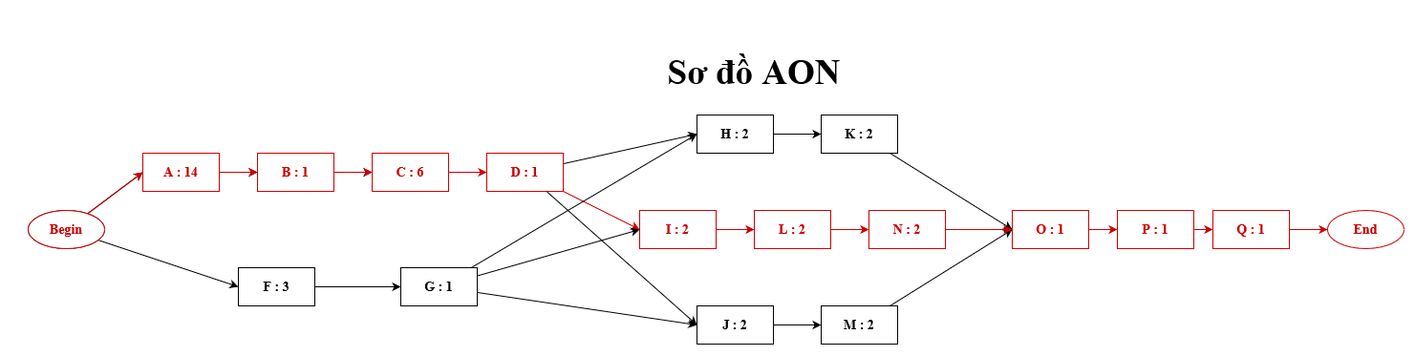
Above: Documents/Critical_Path.png in H2Q318/HQN-Team (draw.io), before the change. Source tidied: cells renumbered, new cells last; positions are measured from the earlier drawing's top-left corner, leaving out a move shared by most shapes.
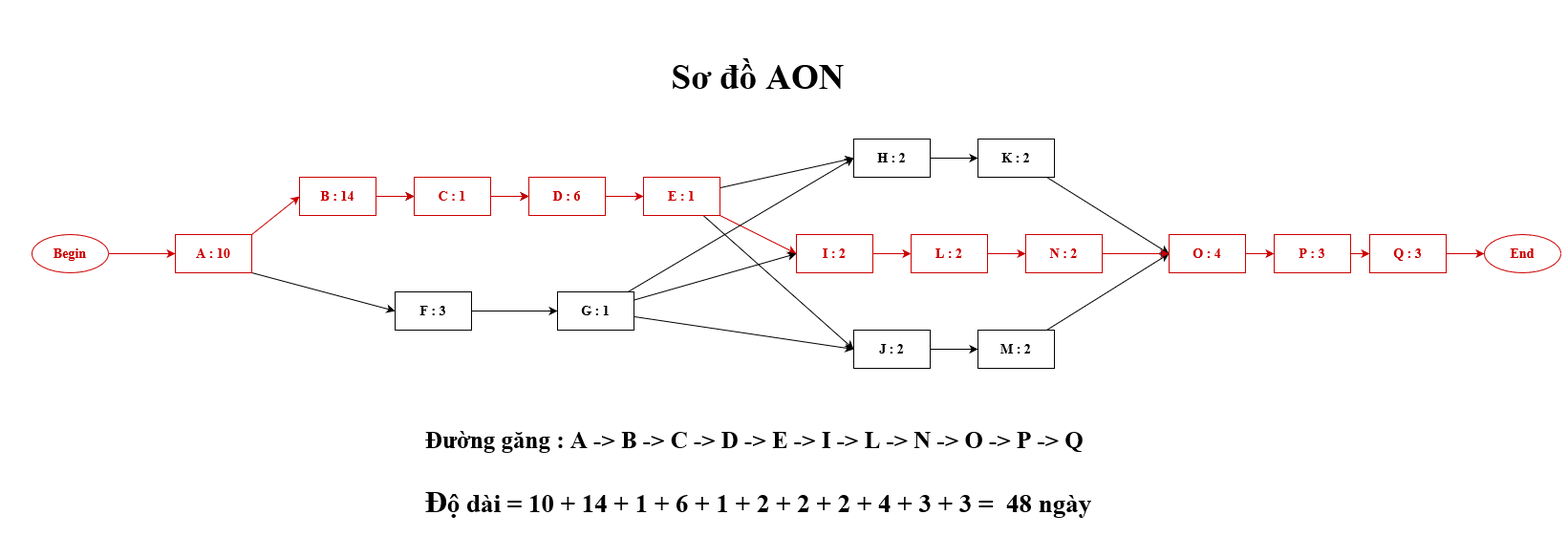
After the change.

The edit, as a diff of the source:
```diff
@@ -2,15 +2,12 @@
   <root>
     <mxCell id="0" />
     <mxCell id="1" parent="0" />
-    <mxCell id="2" style="rounded=0;jettySize=auto;html=1;entryX=0;entryY=0.5;entryDx=0;entryDy=0;fontFamily=Times New Roman;fontSize=14;" parent="1" edge="1" source="4" target="7">
+    <mxCell id="2" style="rounded=0;jettySize=auto;html=1;entryX=0;entryY=0.5;entryDx=0;entryDy=0;fontFamily=Times New Roman;fontSize=14;exitX=1;exitY=0;exitDx=0;exitDy=0;strokeColor=#CC0000;" parent="1" edge="1" source="50" target="7">
       <mxGeometry relative="1" as="geometry" />
     </mxCell>
-    <mxCell id="3" style="edgeStyle=none;rounded=0;jettySize=auto;html=1;entryX=0;entryY=0.5;entryDx=0;entryDy=0;fontFamily=Times New Roman;fontSize=14;" parent="1" edge="1" source="4" target="17">
+    <mxCell id="3" style="edgeStyle=none;rounded=0;jettySize=auto;html=1;entryX=0;entryY=0.5;entryDx=0;entryDy=0;fontFamily=Times New Roman;fontSize=14;exitX=1;exitY=1;exitDx=0;exitDy=0;" parent="1" edge="1" source="50" target="17">
       <mxGeometry relative="1" as="geometry" />
     </mxCell>
-    <mxCell id="4" value="Begin" style="ellipse;whiteSpace=wrap;html=1;fontFamily=Times New Roman;fontStyle=1;fontSize=14;" parent="1" vertex="1">
-      <mxGeometry y="170" width="80" height="40" as="geometry" />
-    </mxCell>
     <mxCell id="5" value="End" style="ellipse;whiteSpace=wrap;html=1;fontFamily=Times New Roman;fontStyle=1;fontSize=14;strokeColor=#CC0000;fontColor=#CC0000;" parent="1" vertex="1">
       <mxGeometry x="1360" y="170" width="80" height="40" as="geometry" />
     </mxCell>
@@ -67,7 +64,7 @@
     <mxCell id="22" style="edgeStyle=none;rounded=0;jettySize=auto;html=1;entryX=0;entryY=0.5;entryDx=0;entryDy=0;fontFamily=Times New Roman;fontSize=14;strokeColor=#CC0000;fontColor=#CC0000;" parent="1" edge="1" source="23" target="27">
       <mxGeometry relative="1" as="geometry" />
     </mxCell>
-    <mxCell id="23" value="O : 1" style="rounded=0;whiteSpace=wrap;html=1;fontFamily=Times New Roman;fontStyle=1;fontSize=14;strokeColor=#CC0000;fontColor=#CC0000;" parent="1" vertex="1">
+    <mxCell id="23" value="O : 4" style="rounded=0;whiteSpace=wrap;html=1;fontFamily=Times New Roman;fontStyle=1;fontSize=14;strokeColor=#CC0000;fontColor=#CC0000;" parent="1" vertex="1">
       <mxGeometry x="1030" y="170" width="80" height="40" as="geometry" />
     </mxCell>
     <mxCell id="24" style="edgeStyle=none;rounded=0;jettySize=auto;html=1;fontFamily=Times New Roman;fontSize=14;strokeColor=#CC0000;fontColor=#CC0000;" parent="1" edge="1" source="25">
@@ -81,7 +78,7 @@
     <mxCell id="26" style="edgeStyle=none;rounded=0;jettySize=auto;html=1;fontFamily=Times New Roman;fontSize=14;strokeColor=#CC0000;fontColor=#CC0000;" parent="1" edge="1" source="27" target="41">
       <mxGeometry relative="1" as="geometry" />
     </mxCell>
-    <mxCell id="27" value="P : 1" style="rounded=0;whiteSpace=wrap;html=1;fontFamily=Times New Roman;fontStyle=1;fontSize=14;strokeColor=#CC0000;fontColor=#CC0000;" parent="1" vertex="1">
+    <mxCell id="27" value="P : 3" style="rounded=0;whiteSpace=wrap;html=1;fontFamily=Times New Roman;fontStyle=1;fontSize=14;strokeColor=#CC0000;fontColor=#CC0000;" parent="1" vertex="1">
       <mxGeometry x="1140" y="170" width="80" height="40" as="geometry" />
     </mxCell>
     <mxCell id="28" style="edgeStyle=none;rounded=0;jettySize=auto;html=1;entryX=0;entryY=0.5;entryDx=0;entryDy=0;fontFamily=Times New Roman;fontSize=14;" parent="1" edge="1" source="29" target="21">
@@ -99,7 +96,7 @@
     <mxCell id="32" style="edgeStyle=none;rounded=0;jettySize=auto;html=1;entryX=0;entryY=0.5;entryDx=0;entryDy=0;fontFamily=Times New Roman;fontSize=14;" parent="1" edge="1" source="33" target="19">
       <mxGeometry relative="1" as="geometry" />
     </mxCell>
-    <mxCell id="33" value="D : 1" style="rounded=0;whiteSpace=wrap;html=1;fontFamily=Times New Roman;fontStyle=1;fontSize=14;strokeColor=#CC0000;fontColor=#CC0000;" parent="1" vertex="1">
+    <mxCell id="33" value="E : 1" style="rounded=0;whiteSpace=wrap;html=1;fontFamily=Times New Roman;fontStyle=1;fontSize=14;strokeColor=#CC0000;fontColor=#CC0000;" parent="1" vertex="1">
       <mxGeometry x="480" y="110" width="80" height="40" as="geometry" />
     </mxCell>
     <mxCell id="34" style="edgeStyle=none;rounded=0;jettySize=auto;html=1;entryX=0;entryY=0.5;entryDx=0;entryDy=0;fontFamily=Times New Roman;fontSize=14;" parent="1" edge="1" source="35" target="11">
@@ -123,32 +120,38 @@
     <mxCell id="40" style="edgeStyle=none;rounded=0;jettySize=auto;html=1;entryX=0;entryY=0.5;entryDx=0;entryDy=0;fontFamily=Times New Roman;fontSize=14;strokeColor=#CC0000;fontColor=#CC0000;" parent="1" edge="1" source="41" target="5">
       <mxGeometry relative="1" as="geometry" />
     </mxCell>
-    <mxCell id="41" value="Q : 1" style="rounded=0;whiteSpace=wrap;html=1;fontFamily=Times New Roman;fontStyle=1;fontSize=14;strokeColor=#CC0000;fontColor=#CC0000;" parent="1" vertex="1">
+    <mxCell id="41" value="Q : 3" style="rounded=0;whiteSpace=wrap;html=1;fontFamily=Times New Roman;fontStyle=1;fontSize=14;strokeColor=#CC0000;fontColor=#CC0000;" parent="1" vertex="1">
       <mxGeometry x="1240" y="170" width="80" height="40" as="geometry" />
     </mxCell>
     <mxCell id="42" value="&lt;h1 style=&quot;font-size: 37px&quot;&gt;&lt;font style=&quot;font-size: 37px&quot; face=&quot;Times New Roman&quot;&gt;Sơ đồ AON&lt;/font&gt;&lt;/h1&gt;" style="text;html=1;strokeColor=none;fillColor=none;align=center;verticalAlign=middle;whiteSpace=wrap;rounded=0;fontFamily=Times New Roman;fontSize=14;" parent="1" vertex="1">
-      <mxGeometry x="590" width="340" height="50" as="geometry" />
+      <mxGeometry x="430" y="-20" width="340" height="50" as="geometry" />
     </mxCell>
     <mxCell id="43" value="Begin" style="ellipse;whiteSpace=wrap;html=1;fontFamily=Times New Roman;fontStyle=1;fontSize=14;strokeColor=#CC0000;fontColor=#CC0000;" parent="1" vertex="1">
-      <mxGeometry y="170" width="80" height="40" as="geometry" />
+      <mxGeometry x="-160" y="170" width="80" height="40" as="geometry" />
     </mxCell>
-    <mxCell id="44" style="rounded=0;jettySize=auto;html=1;entryX=0;entryY=0.5;entryDx=0;entryDy=0;fontFamily=Times New Roman;fontSize=14;strokeColor=#CC0000;fontColor=#CC0000;" parent="1" edge="1" source="43" target="45">
+    <mxCell id="44" style="rounded=0;jettySize=auto;html=1;entryX=0;entryY=0.5;entryDx=0;entryDy=0;fontFamily=Times New Roman;fontSize=14;strokeColor=#CC0000;fontColor=#CC0000;" parent="1" edge="1" source="43" target="50">
       <mxGeometry relative="1" as="geometry" />
     </mxCell>
-    <mxCell id="45" value="A : 14" style="rounded=0;whiteSpace=wrap;html=1;fontFamily=Times New Roman;fontStyle=1;fontSize=14;strokeColor=#CC0000;fontColor=#CC0000;" parent="1" vertex="1">
+    <mxCell id="45" value="B : 14" style="rounded=0;whiteSpace=wrap;html=1;fontFamily=Times New Roman;fontStyle=1;fontSize=14;strokeColor=#CC0000;fontColor=#CC0000;" parent="1" vertex="1">
       <mxGeometry x="120" y="110" width="80" height="40" as="geometry" />
     </mxCell>
     <mxCell id="46" style="edgeStyle=none;rounded=0;jettySize=auto;html=1;entryX=0;entryY=0.5;entryDx=0;entryDy=0;fontFamily=Times New Roman;fontSize=14;strokeColor=#CC0000;fontColor=#CC0000;" parent="1" edge="1" source="45" target="47">
       <mxGeometry relative="1" as="geometry" />
     </mxCell>
-    <mxCell id="47" value="B : 1" style="rounded=0;whiteSpace=wrap;html=1;fontFamily=Times New Roman;fontStyle=1;fontSize=14;strokeColor=#CC0000;fontColor=#CC0000;" parent="1" vertex="1">
+    <mxCell id="47" value="C : 1" style="rounded=0;whiteSpace=wrap;html=1;fontFamily=Times New Roman;fontStyle=1;fontSize=14;strokeColor=#CC0000;fontColor=#CC0000;" parent="1" vertex="1">
       <mxGeometry x="240" y="110" width="80" height="40" as="geometry" />
     </mxCell>
     <mxCell id="48" style="edgeStyle=none;rounded=0;jettySize=auto;html=1;entryX=0;entryY=0.5;entryDx=0;entryDy=0;fontFamily=Times New Roman;fontSize=14;strokeColor=#CC0000;fontColor=#CC0000;" parent="1" edge="1" source="47" target="49">
       <mxGeometry relative="1" as="geometry" />
     </mxCell>
-    <mxCell id="49" value="C : 6" style="rounded=0;whiteSpace=wrap;html=1;fontFamily=Times New Roman;fontStyle=1;fontSize=14;strokeColor=#CC0000;fontColor=#CC0000;" parent="1" vertex="1">
+    <mxCell id="49" value="D : 6" style="rounded=0;whiteSpace=wrap;html=1;fontFamily=Times New Roman;fontStyle=1;fontSize=14;strokeColor=#CC0000;fontColor=#CC0000;" parent="1" vertex="1">
       <mxGeometry x="360" y="110" width="80" height="40" as="geometry" />
     </mxCell>
+    <mxCell id="50" value="A : 10" style="rounded=0;whiteSpace=wrap;html=1;fontFamily=Times New Roman;fontStyle=1;fontSize=14;strokeColor=#CC0000;fontColor=#CC0000;" parent="1" vertex="1">
+      <mxGeometry x="-10" y="170" width="80" height="40" as="geometry" />
+    </mxCell>
+    <mxCell id="51" value="&lt;h2 style=&quot;font-size: 25px&quot; align=&quot;left&quot;&gt;&lt;font style=&quot;font-size: 25px&quot;&gt;Đường găng : A -&amp;gt; B -&amp;gt; C -&amp;gt; D -&amp;gt; E -&amp;gt; I -&amp;gt; L -&amp;gt; N -&amp;gt; O -&amp;gt; P -&amp;gt; Q&lt;/font&gt;&lt;/h2&gt;&lt;div style=&quot;font-size: 27px&quot;&gt;&lt;h3&gt;Đ&lt;font style=&quot;font-size: 27px&quot;&gt;ộ dài = 10 + 14 + 1 + 6 + 1 + 2 + 2 + 2 + 4 + 3 + 3 =&amp;nbsp; 48 ngày&lt;/font&gt;&lt;/h3&gt;&lt;/div&gt;" style="text;html=1;strokeColor=none;fillColor=none;align=left;verticalAlign=middle;whiteSpace=wrap;rounded=0;fontFamily=Times New Roman;" parent="1" vertex="1">
+      <mxGeometry x="250" y="360" width="740" height="130" as="geometry" />
+    </mxCell>
   </root>
 </mxGraphModel>
```
